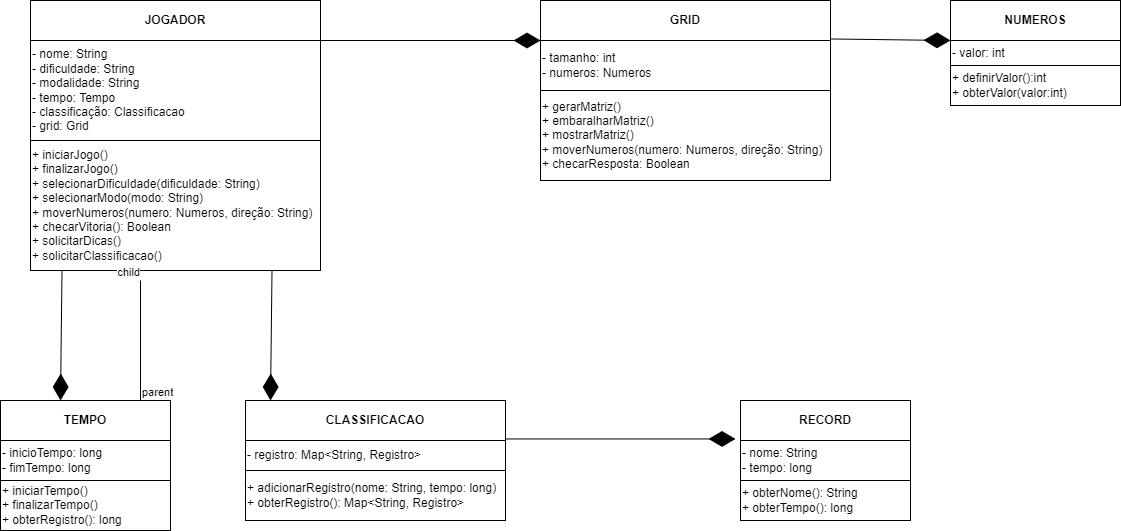
Above: Mini Projeto 3/Diagrama de Classes.png in Beatriz-ge/OO (draw.io), before the change. Source tidied: cells renumbered, new cells last; positions are measured from the earlier drawing's top-left corner, leaving out a move shared by most shapes.
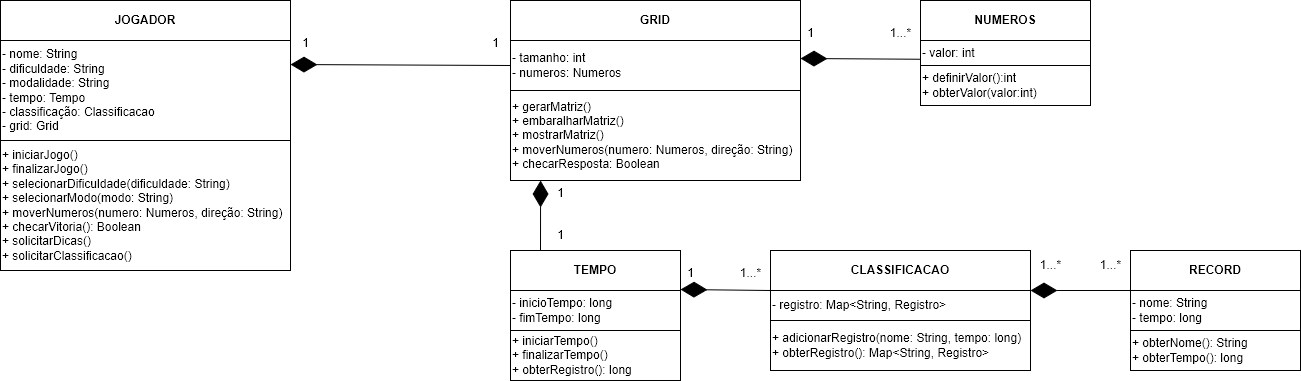
The same diagram one commit later.

Diff of the diagram source:
```diff
@@ -21,31 +21,31 @@
       <mxGeometry x="540" y="90" width="290" height="90" as="geometry" />
     </mxCell>
     <mxCell id="8" value="&lt;b&gt;TEMPO&lt;/b&gt;" style="rounded=0;whiteSpace=wrap;html=1;" parent="1" vertex="1">
-      <mxGeometry y="400" width="170" height="40" as="geometry" />
+      <mxGeometry x="540" y="250" width="170" height="40" as="geometry" />
     </mxCell>
     <mxCell id="9" value="- inicioTempo: long&lt;br&gt;- fimTempo: long" style="rounded=0;whiteSpace=wrap;html=1;align=left;" parent="1" vertex="1">
-      <mxGeometry y="440" width="170" height="40" as="geometry" />
+      <mxGeometry x="540" y="290" width="170" height="40" as="geometry" />
     </mxCell>
     <mxCell id="10" value="&lt;b&gt;CLASSIFICACAO&lt;/b&gt;" style="rounded=0;whiteSpace=wrap;html=1;" parent="1" vertex="1">
-      <mxGeometry x="245" y="400" width="260" height="40" as="geometry" />
+      <mxGeometry x="800" y="250" width="260" height="40" as="geometry" />
     </mxCell>
     <mxCell id="11" value="- registro: Map&amp;lt;String, Registro&amp;gt;" style="rounded=0;whiteSpace=wrap;html=1;align=left;" parent="1" vertex="1">
-      <mxGeometry x="245" y="440" width="260" height="30" as="geometry" />
+      <mxGeometry x="800" y="290" width="260" height="30" as="geometry" />
     </mxCell>
     <mxCell id="12" value="+ adicionarRegistro(nome: String, tempo: long)&lt;br&gt;+ obterRegistro(): Map&amp;lt;String, Registro&amp;gt;" style="rounded=0;whiteSpace=wrap;html=1;align=left;" parent="1" vertex="1">
-      <mxGeometry x="245" y="470" width="260" height="50" as="geometry" />
+      <mxGeometry x="800" y="320" width="260" height="50" as="geometry" />
     </mxCell>
     <mxCell id="13" value="&lt;b&gt;RECORD&lt;/b&gt;" style="rounded=0;whiteSpace=wrap;html=1;" parent="1" vertex="1">
-      <mxGeometry x="740" y="400" width="170" height="40" as="geometry" />
+      <mxGeometry x="1160" y="250" width="170" height="40" as="geometry" />
     </mxCell>
     <mxCell id="14" value="- nome: String&lt;br&gt;- tempo: long" style="rounded=0;whiteSpace=wrap;html=1;align=left;" parent="1" vertex="1">
-      <mxGeometry x="740" y="440" width="170" height="40" as="geometry" />
+      <mxGeometry x="1160" y="290" width="170" height="40" as="geometry" />
     </mxCell>
     <mxCell id="15" value="+ obterNome(): String&lt;br&gt;+ obterTempo(): long" style="rounded=0;whiteSpace=wrap;html=1;align=left;" parent="1" vertex="1">
-      <mxGeometry x="740" y="480" width="170" height="40" as="geometry" />
+      <mxGeometry x="1160" y="330" width="170" height="40" as="geometry" />
     </mxCell>
     <mxCell id="16" value="+ iniciarTempo()&lt;br&gt;+ finalizarTempo()&lt;br&gt;+ obterRegistro(): long" style="rounded=0;whiteSpace=wrap;html=1;align=left;" parent="1" vertex="1">
-      <mxGeometry y="480" width="170" height="50" as="geometry" />
+      <mxGeometry x="540" y="330" width="170" height="50" as="geometry" />
     </mxCell>
     <mxCell id="17" value="&lt;b&gt;NUMEROS&lt;/b&gt;" style="rounded=0;whiteSpace=wrap;html=1;" parent="1" vertex="1">
       <mxGeometry x="950" width="170" height="40" as="geometry" />
@@ -56,45 +56,63 @@
     <mxCell id="19" value="+ definirValor():int&lt;br&gt;+ obterValor(valor:int)" style="rounded=0;whiteSpace=wrap;html=1;align=left;" parent="1" vertex="1">
       <mxGeometry x="950" y="65" width="170" height="40" as="geometry" />
     </mxCell>
-    <mxCell id="20" style="endArrow=diamondThin;endFill=1;endSize=24;html=1;rounded=0;entryX=0;entryY=1;entryDx=0;entryDy=0;" parent="1" edge="1" target="5">
+    <mxCell id="20" style="endArrow=diamondThin;endFill=1;endSize=24;html=1;rounded=0;entryX=0;entryY=1;entryDx=0;entryDy=0;exitX=0;exitY=0.5;exitDx=0;exitDy=0;" parent="1" edge="1" source="6">
       <mxGeometry relative="1" as="geometry">
-        <mxPoint x="310" y="40" as="sourcePoint" />
+        <mxPoint x="320" y="64" as="targetPoint" />
       </mxGeometry>
     </mxCell>
-    <mxCell id="21" style="endArrow=diamondThin;endFill=1;endSize=24;html=1;rounded=0;exitX=0.166;exitY=1.045;exitDx=0;exitDy=0;exitPerimeter=0;" parent="1" edge="1">
+    <mxCell id="21" style="endArrow=diamondThin;endFill=1;endSize=24;html=1;rounded=0;" parent="1" edge="1">
       <mxGeometry relative="1" as="geometry">
-        <mxPoint x="61.5" y="270" as="sourcePoint" />
-        <mxPoint x="60" y="400" as="targetPoint" />
+        <mxPoint x="570" y="250" as="sourcePoint" />
+        <mxPoint x="570.1" y="180" as="targetPoint" />
       </mxGeometry>
     </mxCell>
-    <mxCell id="22" style="endArrow=diamondThin;endFill=1;endSize=24;html=1;rounded=0;exitX=0.166;exitY=1.045;exitDx=0;exitDy=0;exitPerimeter=0;" parent="1" edge="1">
+    <mxCell id="22" style="endArrow=diamondThin;endFill=1;endSize=24;html=1;rounded=0;" parent="1" edge="1">
       <mxGeometry relative="1" as="geometry">
-        <mxPoint x="271.5" y="270" as="sourcePoint" />
-        <mxPoint x="270" y="400" as="targetPoint" />
+        <mxPoint x="800" y="290" as="sourcePoint" />
+        <mxPoint x="710" y="289" as="targetPoint" />
       </mxGeometry>
     </mxCell>
-    <mxCell id="23" style="endArrow=diamondThin;endFill=1;endSize=24;html=1;rounded=0;entryX=0;entryY=0;entryDx=0;entryDy=0;" parent="1" edge="1" target="18">
+    <mxCell id="23" style="endArrow=diamondThin;endFill=1;endSize=24;html=1;rounded=0;entryX=0;entryY=0;entryDx=0;entryDy=0;exitX=0;exitY=0.75;exitDx=0;exitDy=0;" parent="1" edge="1" source="18">
       <mxGeometry relative="1" as="geometry">
-        <mxPoint x="830" y="38.5" as="sourcePoint" />
+        <mxPoint x="830" y="58" as="targetPoint" />
       </mxGeometry>
     </mxCell>
-    <mxCell id="24" style="endArrow=none;html=1;edgeStyle=orthogonalEdgeStyle;rounded=0;" parent="1" edge="1">
-      <mxGeometry relative="1" as="geometry">
-        <mxPoint x="140" y="400" as="sourcePoint" />
-        <mxPoint x="140" y="280" as="targetPoint" />
-      </mxGeometry>
-    </mxCell>
-    <mxCell id="25" value="parent" style="edgeLabel;html=1;align=left;verticalAlign=bottom;" parent="24" vertex="1">
-      <mxGeometry x="-1" relative="1" as="geometry" />
-    </mxCell>
-    <mxCell id="26" value="child" style="edgeLabel;html=1;align=right;verticalAlign=bottom;" parent="24" vertex="1">
-      <mxGeometry x="1" relative="1" as="geometry" />
-    </mxCell>
     <mxCell id="27" style="endArrow=diamondThin;endFill=1;endSize=24;html=1;rounded=0;entryX=0;entryY=1;entryDx=0;entryDy=0;" parent="1" edge="1">
       <mxGeometry relative="1" as="geometry">
-        <mxPoint x="505" y="438.5" as="sourcePoint" />
-        <mxPoint x="735" y="438.5" as="targetPoint" />
+        <mxPoint x="1160" y="290" as="sourcePoint" />
+        <mxPoint x="1060" y="290" as="targetPoint" />
       </mxGeometry>
     </mxCell>
+    <mxCell id="28" value="1" style="text;html=1;align=center;verticalAlign=middle;strokeColor=none;fillColor=none;" parent="1" vertex="1">
+      <mxGeometry x="320" y="28" width="30" height="30" as="geometry" />
+    </mxCell>
+    <mxCell id="29" value="1" style="text;html=1;align=center;verticalAlign=middle;strokeColor=none;fillColor=none;" parent="1" vertex="1">
+      <mxGeometry x="510" y="28" width="30" height="30" as="geometry" />
+    </mxCell>
+    <mxCell id="30" value="1" style="text;html=1;align=center;verticalAlign=middle;strokeColor=none;fillColor=none;" parent="1" vertex="1">
+      <mxGeometry x="825" y="18" width="30" height="30" as="geometry" />
+    </mxCell>
+    <mxCell id="31" value="1...*" style="text;html=1;align=center;verticalAlign=middle;strokeColor=none;fillColor=none;" parent="1" vertex="1">
+      <mxGeometry x="910" y="18" width="40" height="30" as="geometry" />
+    </mxCell>
+    <mxCell id="32" value="1" style="text;html=1;align=center;verticalAlign=middle;strokeColor=none;fillColor=none;" parent="1" vertex="1">
+      <mxGeometry x="575" y="178" width="30" height="30" as="geometry" />
+    </mxCell>
+    <mxCell id="33" value="1" style="text;html=1;align=center;verticalAlign=middle;strokeColor=none;fillColor=none;" parent="1" vertex="1">
+      <mxGeometry x="575" y="220" width="30" height="30" as="geometry" />
+    </mxCell>
+    <mxCell id="34" value="1" style="text;html=1;align=center;verticalAlign=middle;strokeColor=none;fillColor=none;" parent="1" vertex="1">
+      <mxGeometry x="705" y="258" width="30" height="30" as="geometry" />
+    </mxCell>
+    <mxCell id="35" value="1...*" style="text;html=1;align=center;verticalAlign=middle;strokeColor=none;fillColor=none;" parent="1" vertex="1">
+      <mxGeometry x="760" y="258" width="40" height="30" as="geometry" />
+    </mxCell>
+    <mxCell id="36" value="1...*" style="text;html=1;align=center;verticalAlign=middle;strokeColor=none;fillColor=none;" parent="1" vertex="1">
+      <mxGeometry x="1060" y="250" width="40" height="30" as="geometry" />
+    </mxCell>
+    <mxCell id="37" value="1...*" style="text;html=1;align=center;verticalAlign=middle;strokeColor=none;fillColor=none;" parent="1" vertex="1">
+      <mxGeometry x="1120" y="250" width="40" height="30" as="geometry" />
+    </mxCell>
   </root>
 </mxGraphModel>
```
